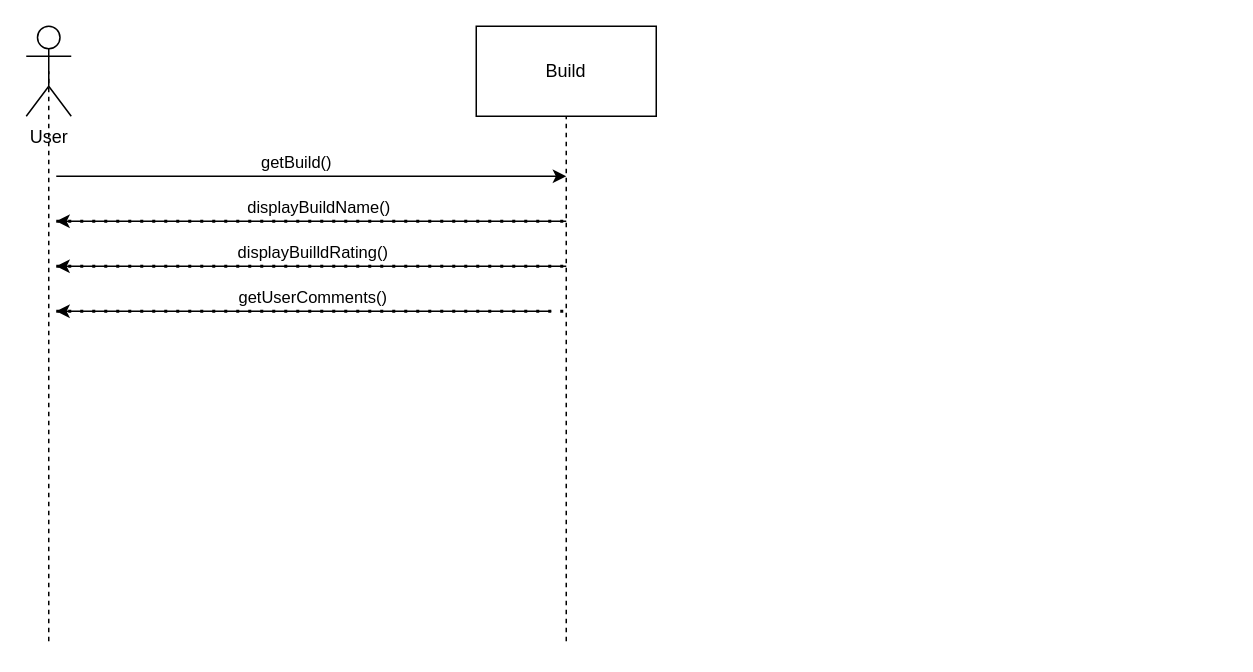
Above: DSD models/get build DSD.drawio in Fusedoom/Three-Stooges (draw.io), before the change. Source tidied: cells renumbered, new cells numbered last; positions are measured from the earlier drawing's top-left corner, leaving out a move shared by most shapes. Both pictures are drawn from the tidied source at 150%, with x=0, y=0 at pixel (26, 26).
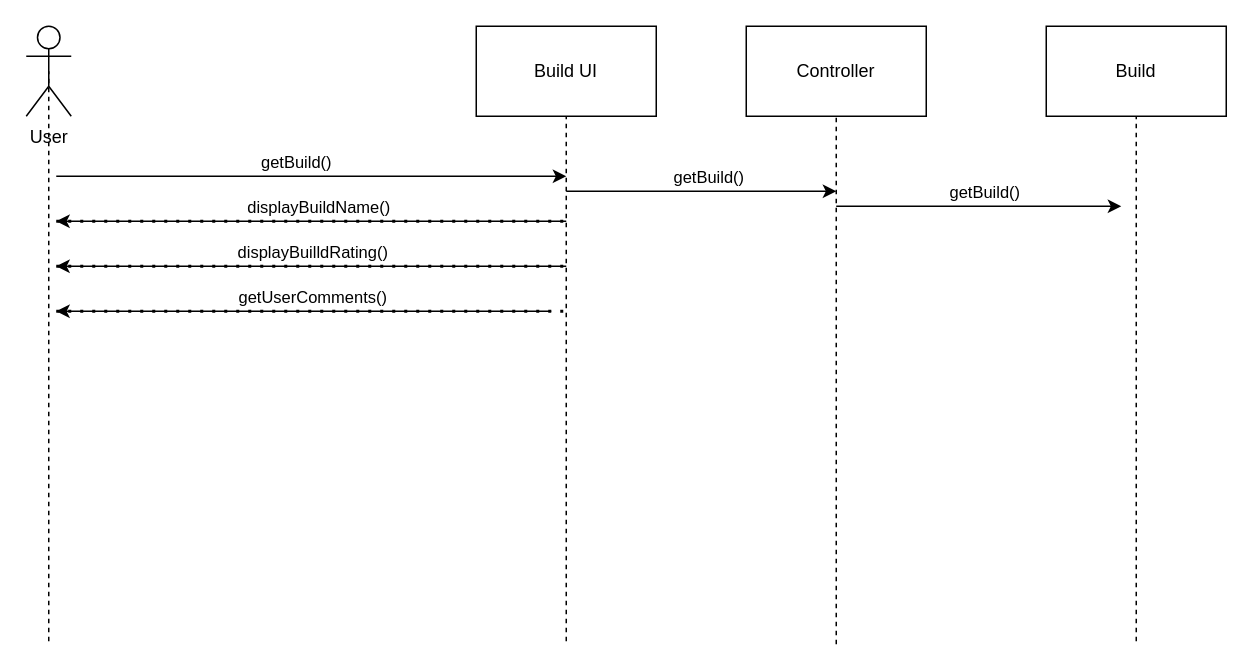
After the change.

The edit, as a diff of the source:
```diff
@@
-    <mxCell id="2" value="Build" style="rounded=0;whiteSpace=wrap;html=1;" parent="1" vertex="1">
+    <mxCell id="2" value="Build UI" style="rounded=0;whiteSpace=wrap;html=1;" parent="1" vertex="1">
       <mxGeometry x="300" width="120" height="60" as="geometry" />
     </mxCell>
@@
+    <mxCell id="17" value="Controller" style="rounded=0;whiteSpace=wrap;html=1;" parent="1" vertex="1">
+      <mxGeometry x="480" width="120" height="60" as="geometry" />
+    </mxCell>
+    <mxCell id="18" value="Build" style="rounded=0;whiteSpace=wrap;html=1;" parent="1" vertex="1">
+      <mxGeometry x="680" width="120" height="60" as="geometry" />
+    </mxCell>
+    <mxCell id="19" style="endArrow=none;dashed=1;html=1;rounded=0;entryX=0.5;entryY=1;entryDx=0;entryDy=0;" parent="1" edge="1" target="17">
+      <mxGeometry relative="1" as="geometry">
+        <mxPoint x="540" y="412" as="sourcePoint" />
+      </mxGeometry>
+    </mxCell>
+    <mxCell id="20" style="endArrow=none;dashed=1;html=1;rounded=0;entryX=0.5;entryY=1;entryDx=0;entryDy=0;" parent="1" edge="1" target="18">
+      <mxGeometry relative="1" as="geometry">
+        <mxPoint x="740" y="410" as="sourcePoint" />
+      </mxGeometry>
+    </mxCell>
+    <mxCell id="21" style="endArrow=classic;html=1;rounded=0;" parent="1" edge="1">
+      <mxGeometry relative="1" as="geometry">
+        <mxPoint x="360" y="110" as="sourcePoint" />
+        <mxPoint x="540" y="110" as="targetPoint" />
+      </mxGeometry>
+    </mxCell>
+    <mxCell id="22" value="getBuild()" style="edgeLabel;html=1;align=center;verticalAlign=middle;" parent="21" vertex="1">
+      <mxGeometry x="-0.18" y="3" relative="1" as="geometry">
+        <mxPoint x="20" y="-7" as="offset" />
+      </mxGeometry>
+    </mxCell>
+    <mxCell id="23" style="endArrow=classic;html=1;rounded=0;" parent="1" edge="1">
+      <mxGeometry relative="1" as="geometry">
+        <mxPoint x="540" y="120" as="sourcePoint" />
+        <mxPoint x="730" y="120" as="targetPoint" />
+      </mxGeometry>
+    </mxCell>
+    <mxCell id="24" value="getBuild()" style="edgeLabel;html=1;align=center;verticalAlign=middle;" parent="23" vertex="1">
+      <mxGeometry x="-0.18" y="3" relative="1" as="geometry">
+        <mxPoint x="20" y="-7" as="offset" />
+      </mxGeometry>
+    </mxCell>
```
